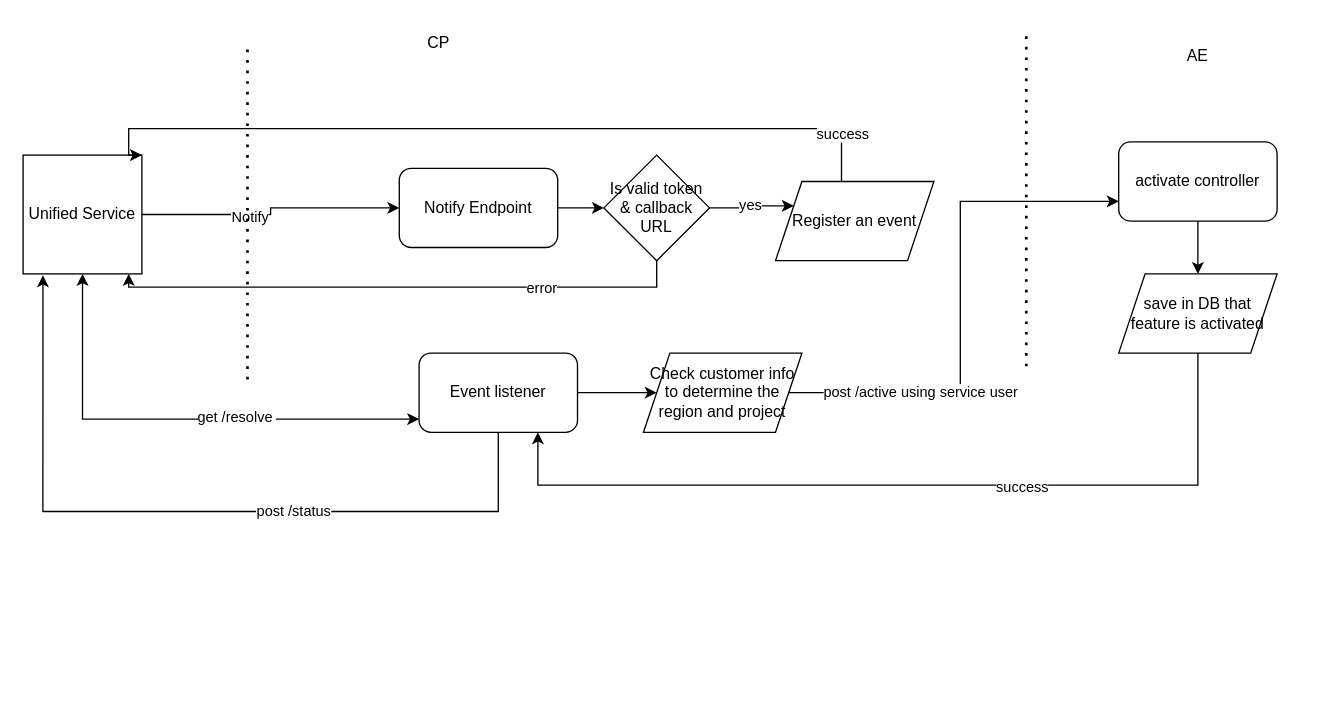
Earlier version of the draw.io diagram Untitled Diagram.drawio (jinnatan/design). Source tidied: cells renumbered, new cells numbered last; positions are measured from the earlier drawing's top-left corner, leaving out a move shared by most shapes. Both pictures are drawn from the tidied source at 132%, with x=0, y=0 at pixel (22, 22).
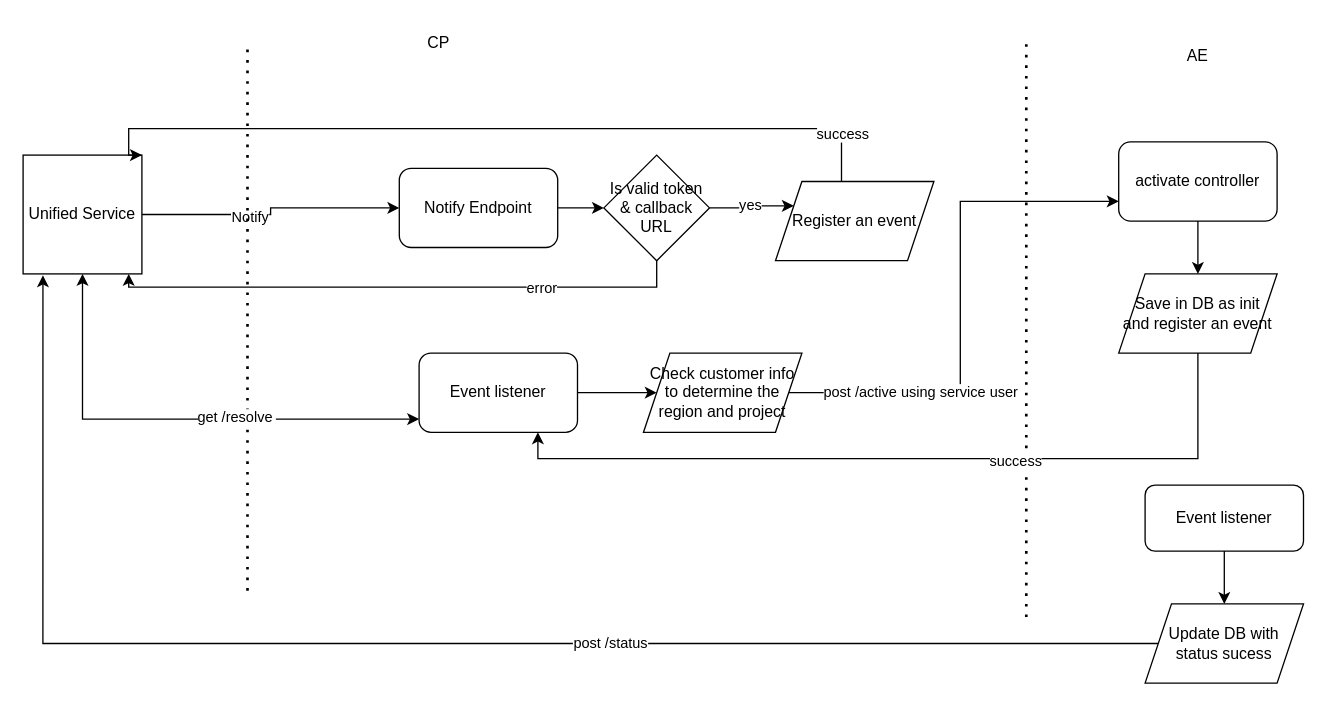
Above is the later version.

Unchanged cells that the change refers to:
```xml
<mxCell id="4" value="Unified Service" style="whiteSpace=wrap;html=1;" parent="1" vertex="1">
  <mxGeometry y="100" width="90" height="90" as="geometry" />
</mxCell>
<mxCell id="16" value="Event listener" style="rounded=1;whiteSpace=wrap;html=1;" parent="1" vertex="1">
  <mxGeometry x="300" y="250" width="120" height="60" as="geometry" />
</mxCell>
```

The edit, as a diff of the source:
```diff
@@
     <mxCell id="7" style="endArrow=none;dashed=1;html=1;dashPattern=1 3;strokeWidth=2;rounded=0;" parent="1" edge="1">
       <mxGeometry relative="1" as="geometry">
-        <mxPoint x="170" y="270" as="sourcePoint" />
+        <mxPoint x="170" y="430" as="sourcePoint" />
         <mxPoint x="170" y="20" as="targetPoint" />
       </mxGeometry>
     </mxCell>
@@
-    <mxCell id="14" style="edgeStyle=orthogonalEdgeStyle;rounded=0;jettySize=auto;html=1;entryX=0.167;entryY=1.011;entryDx=0;entryDy=0;entryPerimeter=0;" parent="1" edge="1" source="16" target="4">
+    <mxCell id="14" style="edgeStyle=orthogonalEdgeStyle;rounded=0;jettySize=auto;html=1;entryX=0.167;entryY=1.011;entryDx=0;entryDy=0;entryPerimeter=0;exitX=0;exitY=0.5;exitDx=0;exitDy=0;" parent="1" edge="1" source="34" target="4">
       <mxGeometry relative="1" as="geometry">
         <Array as="points">
-          <mxPoint x="360" y="370" />
-          <mxPoint x="15" y="370" />
+          <mxPoint x="15" y="470" />
         </Array>
       </mxGeometry>
     </mxCell>
@@
     <mxCell id="19" style="endArrow=none;dashed=1;html=1;dashPattern=1 3;strokeWidth=2;rounded=0;" parent="1" edge="1">
       <mxGeometry relative="1" as="geometry">
-        <mxPoint x="760" y="260" as="sourcePoint" />
+        <mxPoint x="760" y="450" as="sourcePoint" />
         <mxPoint x="760" y="10" as="targetPoint" />
       </mxGeometry>
     </mxCell>
@@
     <mxCell id="29" style="edgeStyle=orthogonalEdgeStyle;rounded=0;jettySize=auto;html=1;entryX=0.75;entryY=1;entryDx=0;entryDy=0;" parent="1" edge="1" source="31" target="16">
       <mxGeometry relative="1" as="geometry">
         <Array as="points">
-          <mxPoint x="890" y="350" />
-          <mxPoint x="390" y="350" />
+          <mxPoint x="890" y="330" />
+          <mxPoint x="390" y="330" />
         </Array>
       </mxGeometry>
     </mxCell>
@@
-    <mxCell id="31" value="save in DB that feature is activated" style="shape=parallelogram;perimeter=parallelogramPerimeter;whiteSpace=wrap;html=1;fixedSize=1;" parent="1" vertex="1">
+    <mxCell id="31" value="Save in DB as init and register an event" style="shape=parallelogram;perimeter=parallelogramPerimeter;whiteSpace=wrap;html=1;fixedSize=1;" parent="1" vertex="1">
       <mxGeometry x="830" y="190" width="120" height="60" as="geometry" />
     </mxCell>
+    <mxCell id="32" style="edgeStyle=orthogonalEdgeStyle;rounded=0;jettySize=auto;html=1;" parent="1" edge="1" source="33" target="34">
+      <mxGeometry relative="1" as="geometry" />
+    </mxCell>
+    <mxCell id="33" value="Event listener" style="rounded=1;whiteSpace=wrap;html=1;" parent="1" vertex="1">
+      <mxGeometry x="850" y="350" width="120" height="50" as="geometry" />
+    </mxCell>
+    <mxCell id="34" value="Update DB with status sucess" style="shape=parallelogram;perimeter=parallelogramPerimeter;whiteSpace=wrap;html=1;fixedSize=1;" parent="1" vertex="1">
+      <mxGeometry x="850" y="440" width="120" height="60" as="geometry" />
+    </mxCell>
```
